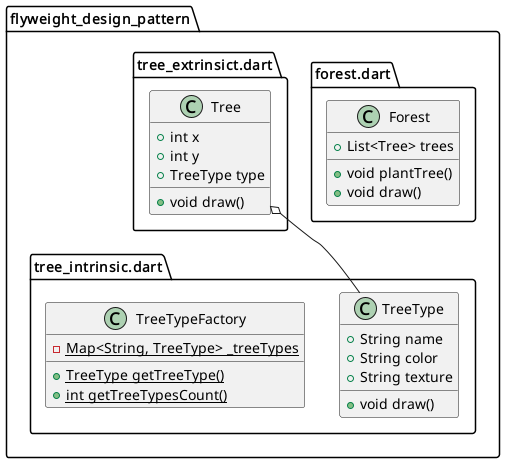
FedericoCalabro/Medium keeps this PlantUML diagram as design_patterns_explained_(with_code)/_12_flyweight_design_pattern_explained/diagram.png. Above is the earlier version. Its diagram source:
```plantuml
@startuml
set namespaceSeparator ::

class "flyweight_design_pattern::tree_intrinsic.dart::TreeType" {
  +String name
  +String color
  +String texture
  +void draw()
}

class "flyweight_design_pattern::tree_intrinsic.dart::TreeTypeFactory" {
  {static} -Map<String, TreeType> _treeTypes
  {static} +TreeType getTreeType()
  {static} +int getTreeTypesCount()
}

class "flyweight_design_pattern::forest.dart::Forest" {
  +List<Tree> trees
  +void plantTree()
  +void draw()
}

class "flyweight_design_pattern::tree_extrinsict.dart::Tree" {
  +int x
  +int y
  +TreeType type
  +void draw()
}

"flyweight_design_pattern::tree_extrinsict.dart::Tree" o-- "flyweight_design_pattern::tree_intrinsic.dart::TreeType"


@enduml
```
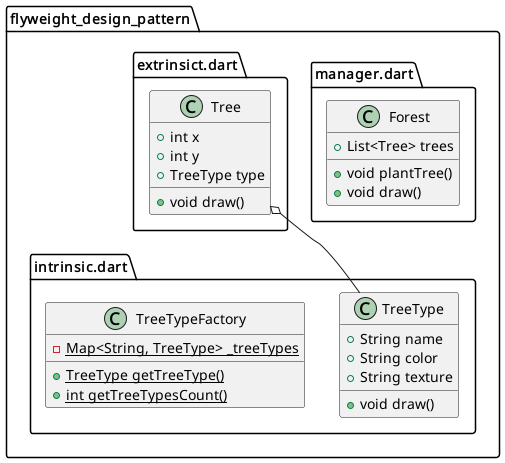
After the commit.

What changed in the source:
```diff
@@ -1,33 +1,33 @@
 @startuml
 set namespaceSeparator ::
 
-class "flyweight_design_pattern::tree_intrinsic.dart::TreeType" {
+class "flyweight_design_pattern::intrinsic.dart::TreeType" {
   +String name
   +String color
   +String texture
   +void draw()
 }
 
-class "flyweight_design_pattern::tree_intrinsic.dart::TreeTypeFactory" {
+class "flyweight_design_pattern::intrinsic.dart::TreeTypeFactory" {
   {static} -Map<String, TreeType> _treeTypes
   {static} +TreeType getTreeType()
   {static} +int getTreeTypesCount()
 }
 
-class "flyweight_design_pattern::forest.dart::Forest" {
+class "flyweight_design_pattern::manager.dart::Forest" {
   +List<Tree> trees
   +void plantTree()
   +void draw()
 }
 
-class "flyweight_design_pattern::tree_extrinsict.dart::Tree" {
+class "flyweight_design_pattern::extrinsict.dart::Tree" {
   +int x
   +int y
   +TreeType type
   +void draw()
 }
 
-"flyweight_design_pattern::tree_extrinsict.dart::Tree" o-- "flyweight_design_pattern::tree_intrinsic.dart::TreeType"
+"flyweight_design_pattern::extrinsict.dart::Tree" o-- "flyweight_design_pattern::intrinsic.dart::TreeType"
 
 
 @enduml
```
